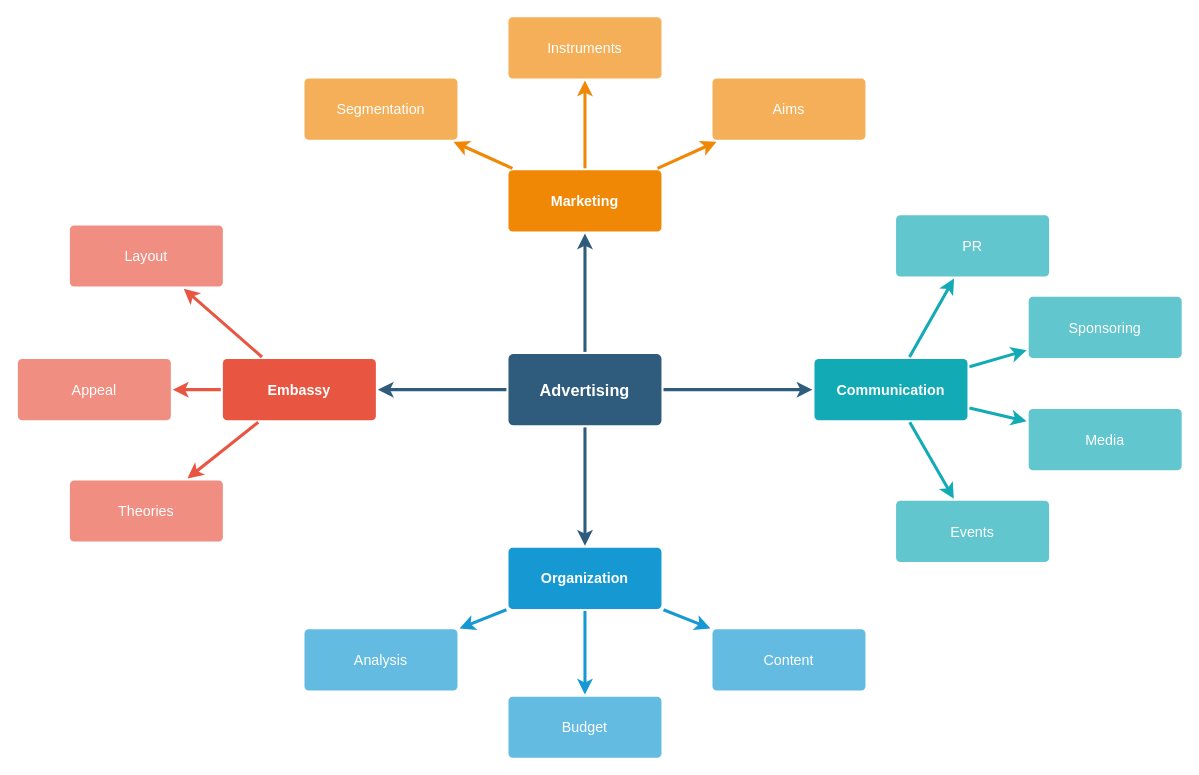
Earlier version of the draw.io diagram Untitled Diagram.drawio (qwerdex/mustest). Source tidied: cells renumbered, new cells numbered last; positions are measured from the earlier drawing's top-left corner, leaving out a move shared by most shapes. Both pictures are drawn from the tidied source at 102%, with x=0, y=0 at pixel (17, 16).
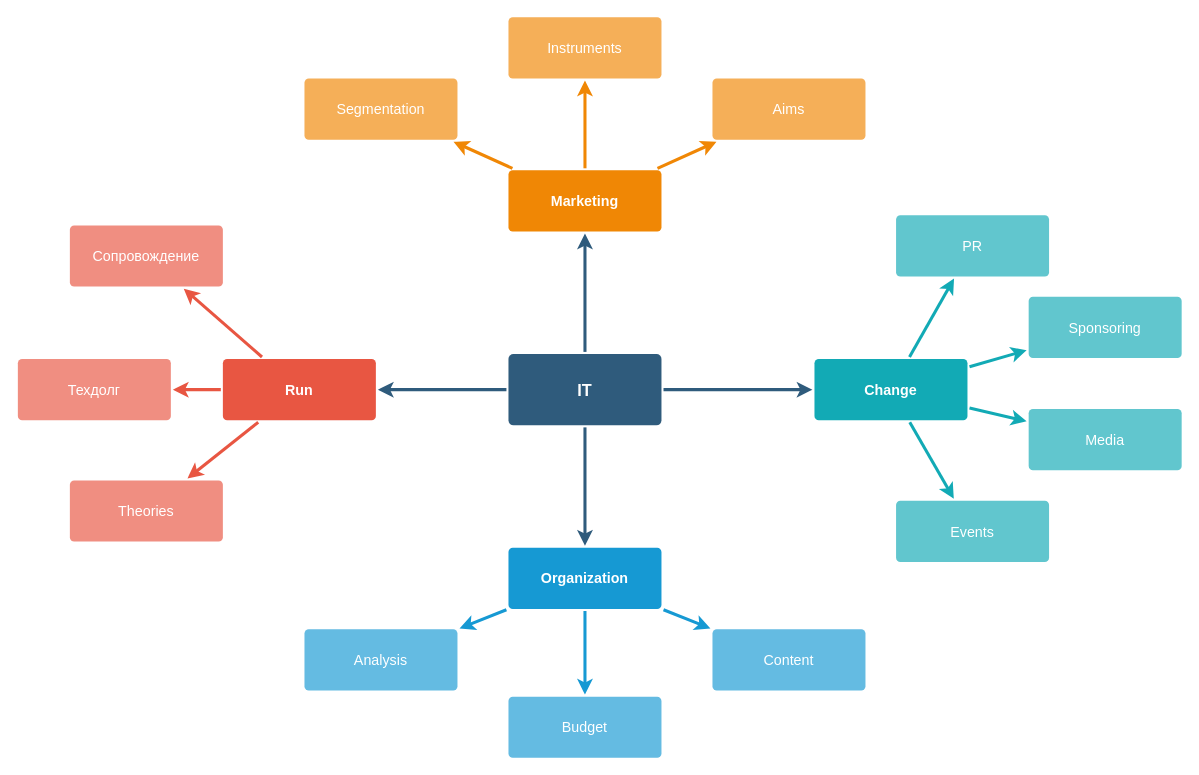
The same diagram, later.

Diff of the diagram source:
```diff
@@
-    <mxCell id="6" value="Advertising" style="rounded=1;whiteSpace=wrap;html=1;shadow=0;labelBackgroundColor=none;strokeColor=none;strokeWidth=3;fillColor=#2F5B7C;fontFamily=Helvetica;fontSize=16;fontColor=#FFFFFF;align=center;fontStyle=1;spacing=5;arcSize=7;perimeterSpacing=2;" parent="1" vertex="1">
+    <mxCell id="6" value="IT" style="rounded=1;whiteSpace=wrap;html=1;shadow=0;labelBackgroundColor=none;strokeColor=none;strokeWidth=3;fillColor=#2F5B7C;fontFamily=Helvetica;fontSize=16;fontColor=#FFFFFF;align=center;fontStyle=1;spacing=5;arcSize=7;perimeterSpacing=2;" parent="1" vertex="1">
       <mxGeometry x="481" y="330.5" width="150" height="70" as="geometry" />
     </mxCell>
@@
-    <mxCell id="10" value="Embassy" style="rounded=1;whiteSpace=wrap;html=1;shadow=0;labelBackgroundColor=none;strokeColor=none;strokeWidth=3;fillColor=#e85642;fontFamily=Helvetica;fontSize=14;fontColor=#FFFFFF;align=center;spacing=5;fontStyle=1;arcSize=7;perimeterSpacing=2;" parent="1" vertex="1">
+    <mxCell id="10" value="Run" style="rounded=1;whiteSpace=wrap;html=1;shadow=0;labelBackgroundColor=none;strokeColor=none;strokeWidth=3;fillColor=#e85642;fontFamily=Helvetica;fontSize=14;fontColor=#FFFFFF;align=center;spacing=5;fontStyle=1;arcSize=7;perimeterSpacing=2;" parent="1" vertex="1">
       <mxGeometry x="201" y="335.5" width="150" height="60" as="geometry" />
     </mxCell>
@@
-    <mxCell id="12" value="Appeal" style="rounded=1;whiteSpace=wrap;html=1;shadow=0;labelBackgroundColor=none;strokeColor=none;strokeWidth=3;fillColor=#f08e81;fontFamily=Helvetica;fontSize=14;fontColor=#FFFFFF;align=center;spacing=5;fontStyle=0;arcSize=7;perimeterSpacing=2;" parent="1" vertex="1">
+    <mxCell id="12" value="Техдолг" style="rounded=1;whiteSpace=wrap;html=1;shadow=0;labelBackgroundColor=none;strokeColor=none;strokeWidth=3;fillColor=#f08e81;fontFamily=Helvetica;fontSize=14;fontColor=#FFFFFF;align=center;spacing=5;fontStyle=0;arcSize=7;perimeterSpacing=2;" parent="1" vertex="1">
       <mxGeometry y="335.5" width="150" height="60" as="geometry" />
     </mxCell>
-    <mxCell id="13" value="Layout" style="rounded=1;whiteSpace=wrap;html=1;shadow=0;labelBackgroundColor=none;strokeColor=none;strokeWidth=3;fillColor=#f08e81;fontFamily=Helvetica;fontSize=14;fontColor=#FFFFFF;align=center;spacing=5;fontStyle=0;arcSize=7;perimeterSpacing=2;" parent="1" vertex="1">
+    <mxCell id="13" value="Сопровождение" style="rounded=1;whiteSpace=wrap;html=1;shadow=0;labelBackgroundColor=none;strokeColor=none;strokeWidth=3;fillColor=#f08e81;fontFamily=Helvetica;fontSize=14;fontColor=#FFFFFF;align=center;spacing=5;fontStyle=0;arcSize=7;perimeterSpacing=2;" parent="1" vertex="1">
       <mxGeometry x="51" y="204.5" width="150" height="60" as="geometry" />
     </mxCell>
@@
-    <mxCell id="28" value="Communication" style="rounded=1;whiteSpace=wrap;html=1;shadow=0;labelBackgroundColor=none;strokeColor=none;strokeWidth=3;fillColor=#12aab5;fontFamily=Helvetica;fontSize=14;fontColor=#FFFFFF;align=center;spacing=5;fontStyle=1;arcSize=7;perimeterSpacing=2;" parent="1" vertex="1">
+    <mxCell id="28" value="Change" style="rounded=1;whiteSpace=wrap;html=1;shadow=0;labelBackgroundColor=none;strokeColor=none;strokeWidth=3;fillColor=#12aab5;fontFamily=Helvetica;fontSize=14;fontColor=#FFFFFF;align=center;spacing=5;fontStyle=1;arcSize=7;perimeterSpacing=2;" parent="1" vertex="1">
       <mxGeometry x="781" y="335.5" width="150" height="60" as="geometry" />
     </mxCell>
```
